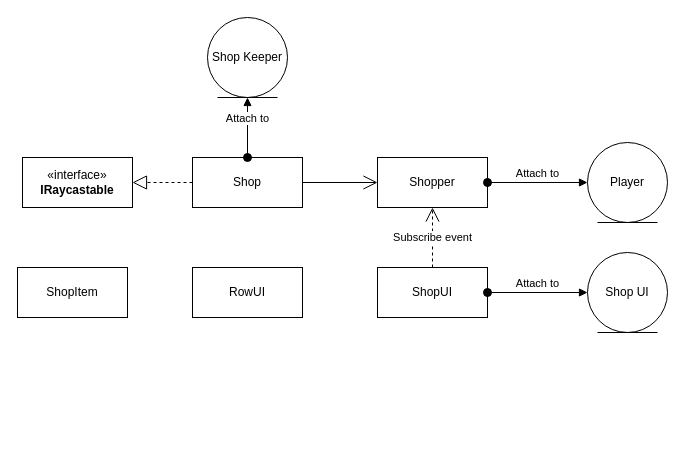
KTFox/FoxAdventure keeps this draw.io diagram as GreenAcademyProject.drawio. Above is the earlier version. Source tidied: cells renumbered, new cells numbered last; positions are measured from the earlier drawing's top-left corner, leaving out a move shared by most shapes. Both pictures are drawn from the tidied source at 100%, with x=0, y=0 at pixel (17, 17).
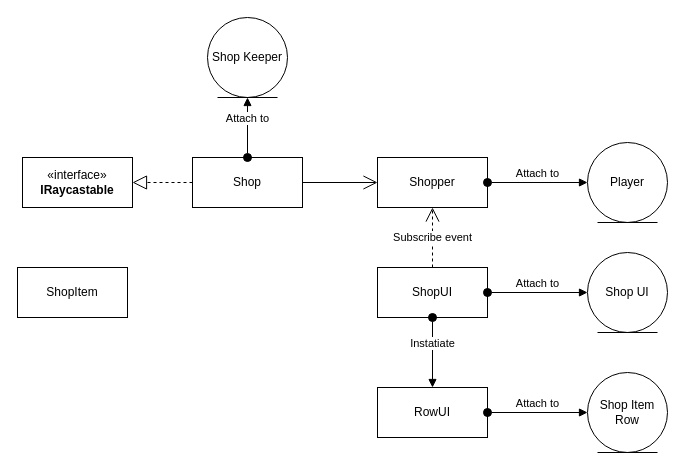
Above is the later version.

The edit, as a diff of the source:
```diff
@@
 <mxGraphModel>
   <root>
     <mxCell id="0" />
     <mxCell id="1" parent="0" />
     <mxCell id="2" value="Shop" style="html=1;whiteSpace=wrap;" parent="1" vertex="1">
       <mxGeometry x="175" y="140" width="110" height="50" as="geometry" />
     </mxCell>
     <mxCell id="3" value="Shopper" style="html=1;whiteSpace=wrap;" parent="1" vertex="1">
       <mxGeometry x="360" y="140" width="110" height="50" as="geometry" />
     </mxCell>
     <mxCell id="4" value="RowUI" style="html=1;whiteSpace=wrap;" parent="1" vertex="1">
-      <mxGeometry x="175" y="250" width="110" height="50" as="geometry" />
+      <mxGeometry x="360" y="370" width="110" height="50" as="geometry" />
     </mxCell>
     <mxCell id="5" value="ShopUI" style="html=1;whiteSpace=wrap;" parent="1" vertex="1">
       <mxGeometry x="360" y="250" width="110" height="50" as="geometry" />
     </mxCell>
     <mxCell id="6" value="Attach to" style="html=1;verticalAlign=bottom;startArrow=oval;startFill=1;endArrow=block;startSize=8;curved=0;rounded=0;" parent="1" edge="1" source="3" target="7">
       <mxGeometry x="-0.01" relative="1" as="geometry" />
     </mxCell>
     <mxCell id="7" value="Player" style="ellipse;shape=umlEntity;whiteSpace=wrap;html=1;" parent="1" vertex="1">
       <mxGeometry x="570" y="125" width="80" height="80" as="geometry" />
     </mxCell>
     <mxCell id="8" value="Subscribe event" style="endArrow=open;endSize=12;dashed=1;html=1;rounded=0;" parent="1" edge="1" source="5" target="3">
       <mxGeometry relative="1" as="geometry" />
     </mxCell>
     <mxCell id="9" value="Attach to" style="html=1;verticalAlign=bottom;startArrow=oval;startFill=1;endArrow=block;startSize=8;curved=0;rounded=0;" parent="1" edge="1" source="5" target="10">
       <mxGeometry x="-0.01" relative="1" as="geometry" />
     </mxCell>
     <mxCell id="10" value="Shop UI" style="ellipse;shape=umlEntity;whiteSpace=wrap;html=1;" parent="1" vertex="1">
       <mxGeometry x="570" y="235" width="80" height="80" as="geometry" />
     </mxCell>
     <mxCell id="11" value="Shop Keeper" style="ellipse;shape=umlEntity;whiteSpace=wrap;html=1;" parent="1" vertex="1">
       <mxGeometry x="190" width="80" height="80" as="geometry" />
     </mxCell>
     <mxCell id="12" value="Attach to" style="html=1;verticalAlign=bottom;startArrow=oval;startFill=1;endArrow=block;startSize=8;curved=0;rounded=0;" parent="1" edge="1" source="2" target="11">
       <mxGeometry x="-0.01" relative="1" as="geometry" />
     </mxCell>
     <mxCell id="13" value="«interface»&lt;br&gt;&lt;b&gt;IRaycastable&lt;/b&gt;" style="html=1;whiteSpace=wrap;" parent="1" vertex="1">
       <mxGeometry x="5" y="140" width="110" height="50" as="geometry" />
     </mxCell>
     <mxCell id="14" style="endArrow=block;dashed=1;endFill=0;endSize=12;html=1;rounded=0;" parent="1" edge="1" source="2" target="13">
       <mxGeometry relative="1" as="geometry" />
     </mxCell>
     <mxCell id="15" style="endArrow=open;endFill=1;endSize=12;html=1;rounded=0;" parent="1" edge="1" source="2" target="3">
       <mxGeometry relative="1" as="geometry" />
     </mxCell>
     <mxCell id="16" value="ShopItem" style="html=1;whiteSpace=wrap;" parent="1" vertex="1">
       <mxGeometry y="250" width="110" height="50" as="geometry" />
     </mxCell>
+    <mxCell id="17" value="Shop Item Row" style="ellipse;shape=umlEntity;whiteSpace=wrap;html=1;" parent="1" vertex="1">
+      <mxGeometry x="570" y="355" width="80" height="80" as="geometry" />
+    </mxCell>
+    <mxCell id="18" value="Attach to" style="html=1;verticalAlign=bottom;startArrow=oval;startFill=1;endArrow=block;startSize=8;curved=0;rounded=0;" parent="1" edge="1" source="4" target="17">
+      <mxGeometry x="-0.01" relative="1" as="geometry" />
+    </mxCell>
+    <mxCell id="19" value="Instatiate" style="html=1;verticalAlign=bottom;startArrow=oval;startFill=1;endArrow=block;startSize=8;curved=0;rounded=0;" parent="1" edge="1" source="5" target="4">
+      <mxGeometry x="-0.01" relative="1" as="geometry" />
+    </mxCell>
   </root>
 </mxGraphModel>
```
